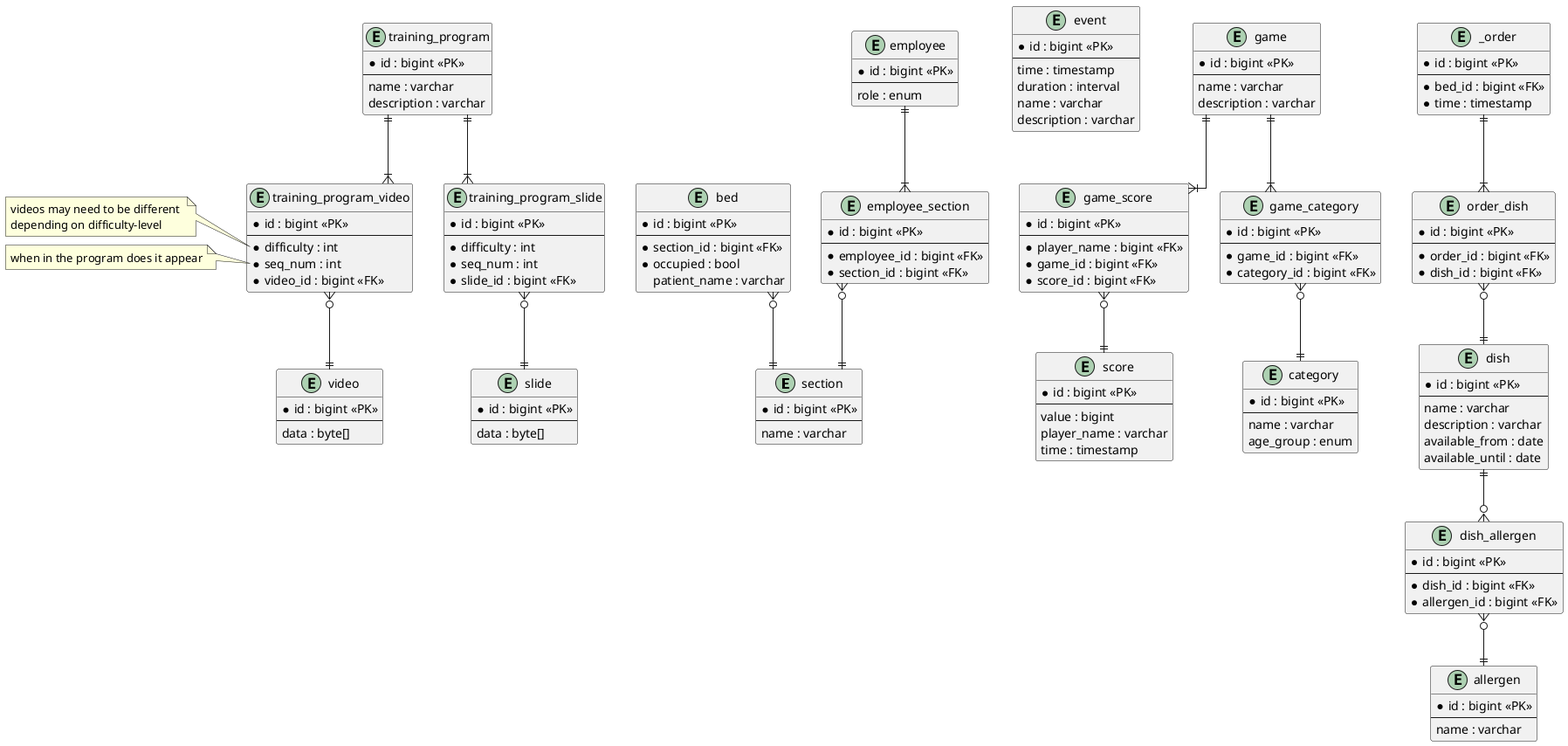
This is diagrams/puml/ERD.png from Oskar123456/SYSDAT-F25-TEAM-G, a PlantUML export, as it was before one commit.
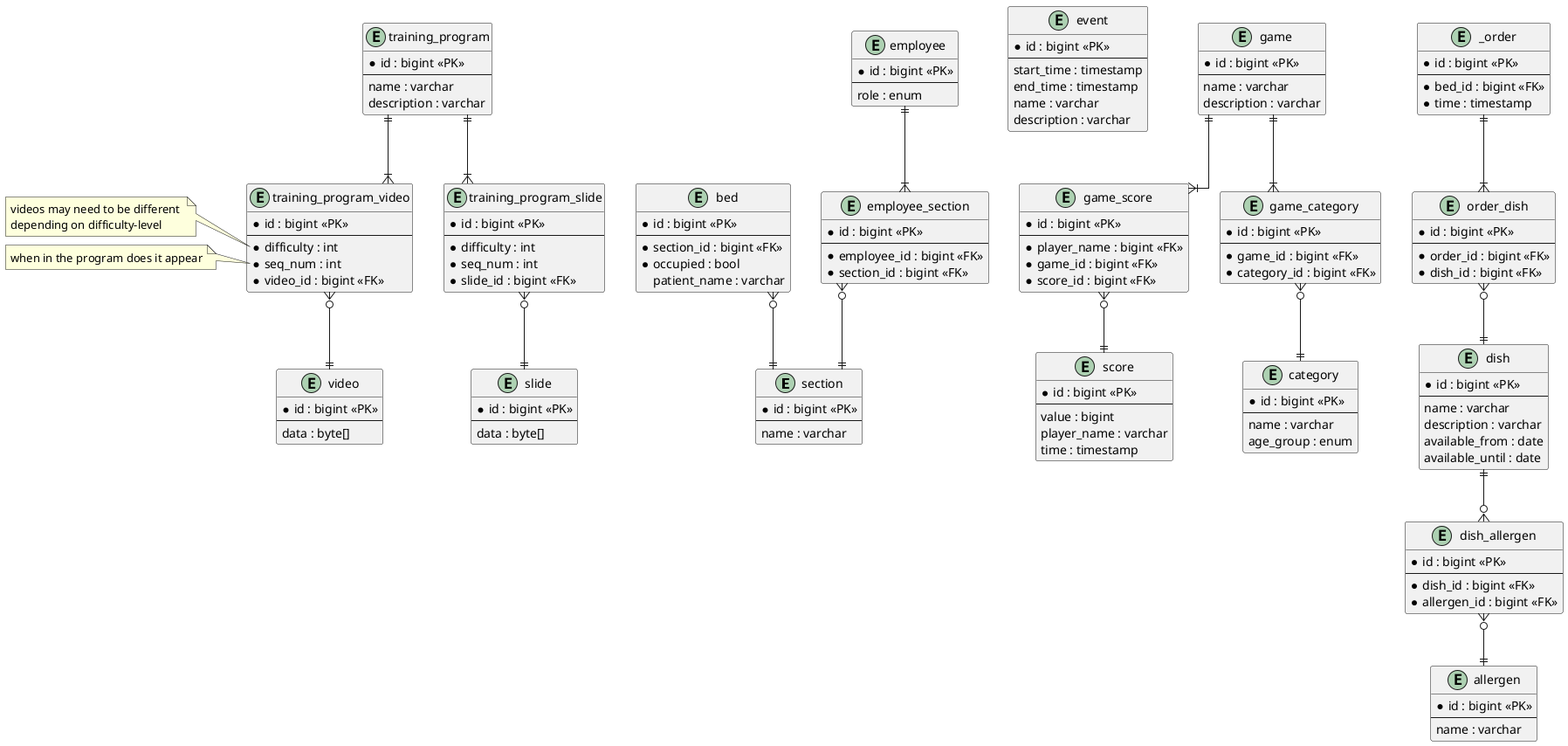
After the commit.

Commit message:
start/end times erd

What changed in the source:
```diff
@@ -22,8 +22,8 @@
 entity event {
     * id : bigint <<PK>>
     --
-    time : timestamp
-    duration : interval
+    start_time : timestamp
+    end_time : timestamp
     name : varchar
     description : varchar
 }
```
